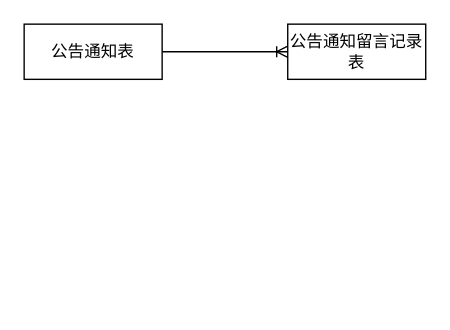
Above: file/dzzwer.drawio in DORcode/admin-demo (draw.io), before the change. Source tidied: cells renumbered, new cells numbered last; positions are measured from the earlier drawing's top-left corner, leaving out a move shared by most shapes. Both pictures are drawn from the tidied source at 138%, with x=0, y=0 at pixel (23, 23).
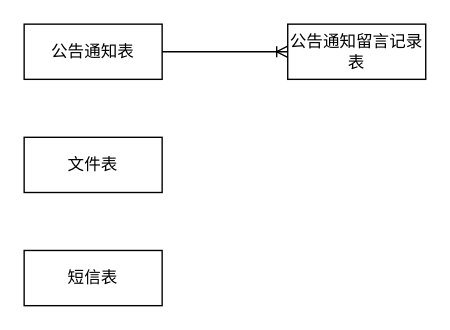
The same diagram, later.

Change to the diagram source:
```diff
@@
 <mxGraphModel>
   <root>
     <mxCell id="0" />
     <mxCell id="1" parent="0" />
     <mxCell id="2" value="公告通知表" style="whiteSpace=wrap;html=1;align=center;" parent="1" vertex="1">
       <mxGeometry width="100" height="40" as="geometry" />
     </mxCell>
     <mxCell id="3" value="公告通知留言记录表" style="whiteSpace=wrap;html=1;align=center;" parent="1" vertex="1">
       <mxGeometry x="191" width="100" height="40" as="geometry" />
     </mxCell>
     <mxCell id="4" style="edgeStyle=entityRelationEdgeStyle;fontSize=12;html=1;endArrow=ERoneToMany;exitX=1;exitY=0.5;exitDx=0;exitDy=0;entryX=0;entryY=0.5;entryDx=0;entryDy=0;" parent="1" edge="1" source="2" target="3">
       <mxGeometry relative="1" as="geometry" />
     </mxCell>
+    <mxCell id="5" value="文件表" style="whiteSpace=wrap;html=1;align=center;" parent="1" vertex="1">
+      <mxGeometry y="82" width="100" height="40" as="geometry" />
+    </mxCell>
+    <mxCell id="6" value="短信表" style="whiteSpace=wrap;html=1;align=center;" parent="1" vertex="1">
+      <mxGeometry y="164" width="100" height="40" as="geometry" />
+    </mxCell>
   </root>
 </mxGraphModel>
```
